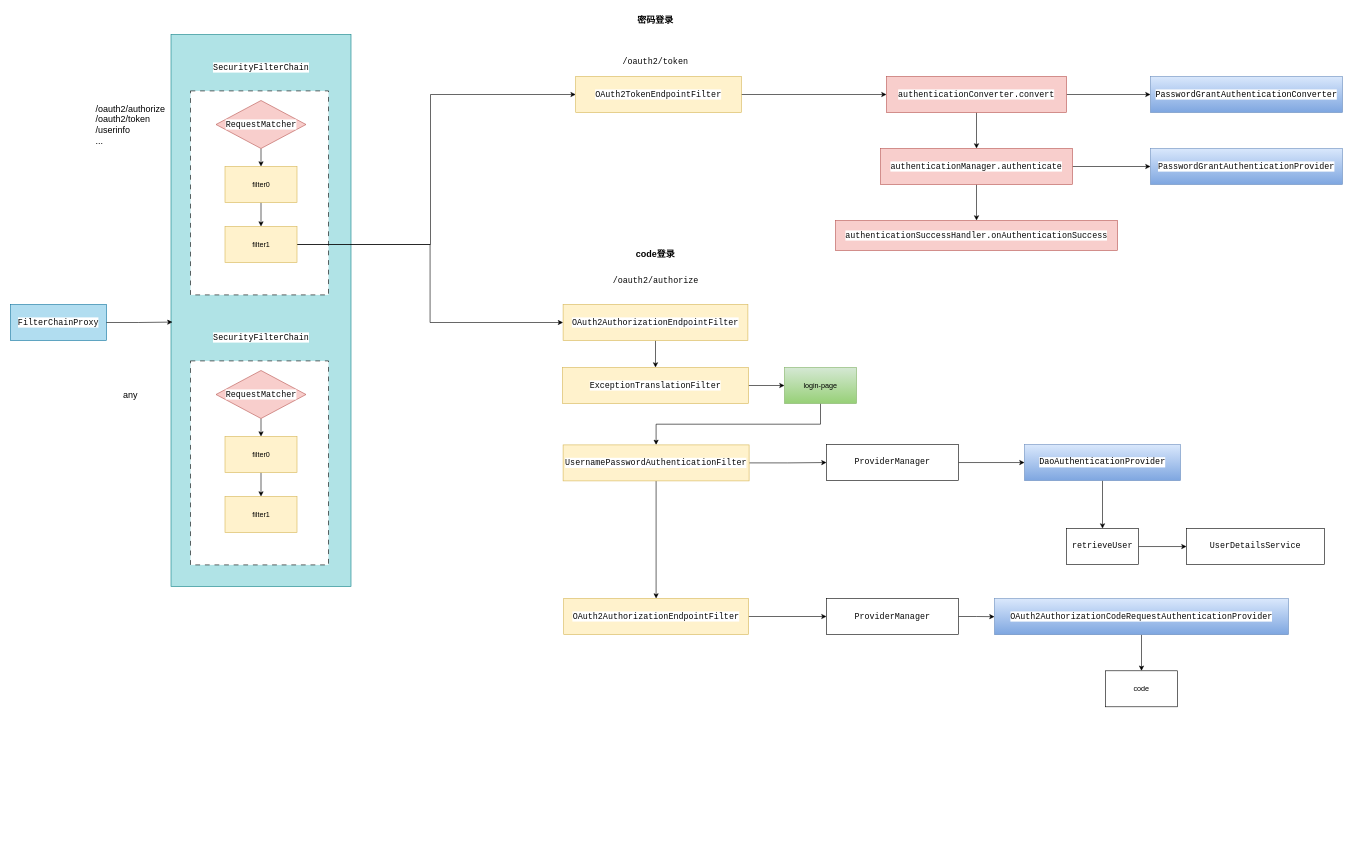
Above: drawio/spring-security.drawio in develop-assistant/diagrams (draw.io), before the change. Source tidied: cells renumbered, new cells numbered last; positions are measured from the earlier drawing's top-left corner, leaving out a move shared by most shapes. Both pictures are drawn from the tidied source at 60%, with x=0, y=0 at pixel (10, 10).
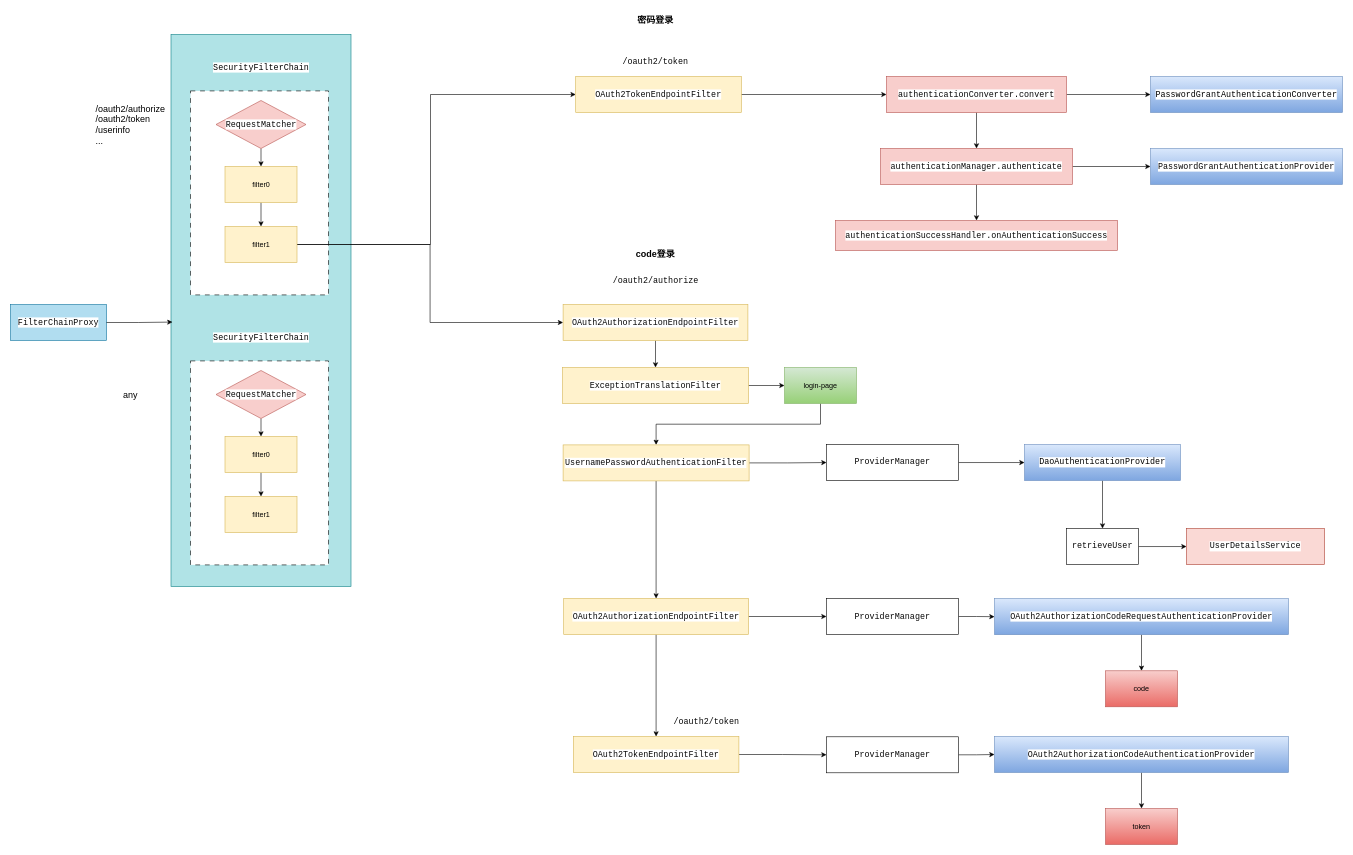
The same diagram, later.

The change refers to these unchanged cells:
```xml
<mxCell id="55" value="&lt;pre style=&quot;background-color:#ffffff;color:#080808;font-family:'JetBrains Mono',monospace;font-size:10.5pt;&quot;&gt;&lt;pre style=&quot;font-family: &amp;quot;JetBrains Mono&amp;quot;, monospace; font-size: 10.5pt;&quot;&gt;OAuth2AuthorizationEndpointFilter&lt;/pre&gt;&lt;/pre&gt;" style="rounded=0;whiteSpace=wrap;html=1;fillColor=#fff2cc;strokeColor=#d6b656;" parent="1" vertex="1">
  <mxGeometry x="922" y="980" width="308" height="60" as="geometry" />
</mxCell>
```

What changed in the source:
```diff
@@
-    <mxCell id="53" value="&lt;pre style=&quot;background-color:#ffffff;color:#080808;font-family:'JetBrains Mono',monospace;font-size:10.5pt;&quot;&gt;UserDetailsService&lt;/pre&gt;" style="whiteSpace=wrap;html=1;rounded=0;" parent="1" vertex="1">
+    <mxCell id="53" value="&lt;pre style=&quot;background-color:#ffffff;color:#080808;font-family:'JetBrains Mono',monospace;font-size:10.5pt;&quot;&gt;UserDetailsService&lt;/pre&gt;" style="whiteSpace=wrap;html=1;rounded=0;fillColor=#fad9d5;strokeColor=#ae4132;" parent="1" vertex="1">
       <mxGeometry x="1960" y="863.4" width="230" height="60" as="geometry" />
     </mxCell>
@@
+    <mxCell id="61" style="edgeStyle=orthogonalEdgeStyle;rounded=0;jettySize=auto;html=1;entryX=0.5;entryY=0;entryDx=0;entryDy=0;" parent="1" edge="1" source="55" target="63">
+      <mxGeometry relative="1" as="geometry" />
+    </mxCell>
@@
-    <mxCell id="60" value="code" style="rounded=0;whiteSpace=wrap;html=1;" parent="1" vertex="1">
+    <mxCell id="60" value="code" style="rounded=0;whiteSpace=wrap;html=1;fillColor=#f8cecc;gradientColor=#ea6b66;strokeColor=#b85450;" parent="1" vertex="1">
       <mxGeometry x="1825" y="1100.5" width="120" height="60" as="geometry" />
     </mxCell>
+    <mxCell id="62" style="edgeStyle=orthogonalEdgeStyle;rounded=0;jettySize=auto;html=1;exitX=1;exitY=0.5;exitDx=0;exitDy=0;entryX=0;entryY=0.5;entryDx=0;entryDy=0;" parent="1" edge="1" source="63" target="66">
+      <mxGeometry relative="1" as="geometry" />
+    </mxCell>
+    <mxCell id="63" value="&lt;pre style=&quot;background-color:#ffffff;color:#080808;font-family:'JetBrains Mono',monospace;font-size:10.5pt;&quot;&gt;OAuth2TokenEndpointFilter&lt;/pre&gt;" style="rounded=0;whiteSpace=wrap;html=1;fillColor=#fff2cc;strokeColor=#d6b656;" parent="1" vertex="1">
+      <mxGeometry x="938" y="1210" width="276" height="60" as="geometry" />
+    </mxCell>
+    <mxCell id="64" value="&lt;pre style=&quot;background-color:#ffffff;color:#080808;font-family:'JetBrains Mono',monospace;font-size:10.5pt;&quot;&gt;/oauth2/token&lt;/pre&gt;" style="text;html=1;strokeColor=none;fillColor=none;align=center;verticalAlign=middle;whiteSpace=wrap;rounded=0;" parent="1" vertex="1">
+      <mxGeometry x="1130" y="1170" width="60" height="30" as="geometry" />
+    </mxCell>
+    <mxCell id="65" style="edgeStyle=orthogonalEdgeStyle;rounded=0;jettySize=auto;html=1;exitX=1;exitY=0.5;exitDx=0;exitDy=0;entryX=0;entryY=0.5;entryDx=0;entryDy=0;" parent="1" edge="1" source="66" target="68">
+      <mxGeometry relative="1" as="geometry" />
+    </mxCell>
+    <mxCell id="66" value="&lt;pre style=&quot;background-color:#ffffff;color:#080808;font-family:'JetBrains Mono',monospace;font-size:10.5pt;&quot;&gt;ProviderManager&lt;/pre&gt;" style="rounded=0;whiteSpace=wrap;html=1;" parent="1" vertex="1">
+      <mxGeometry x="1360" y="1210.5" width="220" height="60" as="geometry" />
+    </mxCell>
+    <mxCell id="67" style="edgeStyle=orthogonalEdgeStyle;rounded=0;jettySize=auto;html=1;" parent="1" edge="1" source="68" target="69">
+      <mxGeometry relative="1" as="geometry" />
+    </mxCell>
+    <mxCell id="68" value="&lt;pre style=&quot;background-color:#ffffff;color:#080808;font-family:'JetBrains Mono',monospace;font-size:10.5pt;&quot;&gt;&lt;pre style=&quot;font-family: &amp;quot;JetBrains Mono&amp;quot;, monospace; font-size: 10.5pt;&quot;&gt;OAuth2AuthorizationCodeAuthenticationProvider&lt;/pre&gt;&lt;/pre&gt;" style="rounded=0;whiteSpace=wrap;html=1;fillColor=#dae8fc;gradientColor=#7ea6e0;strokeColor=#6c8ebf;" parent="1" vertex="1">
+      <mxGeometry x="1640" y="1210" width="490" height="60" as="geometry" />
+    </mxCell>
+    <mxCell id="69" value="token" style="whiteSpace=wrap;html=1;fillColor=#f8cecc;strokeColor=#b85450;rounded=0;gradientColor=#ea6b66;" parent="1" vertex="1">
+      <mxGeometry x="1825" y="1330" width="120" height="60" as="geometry" />
+    </mxCell>
```
